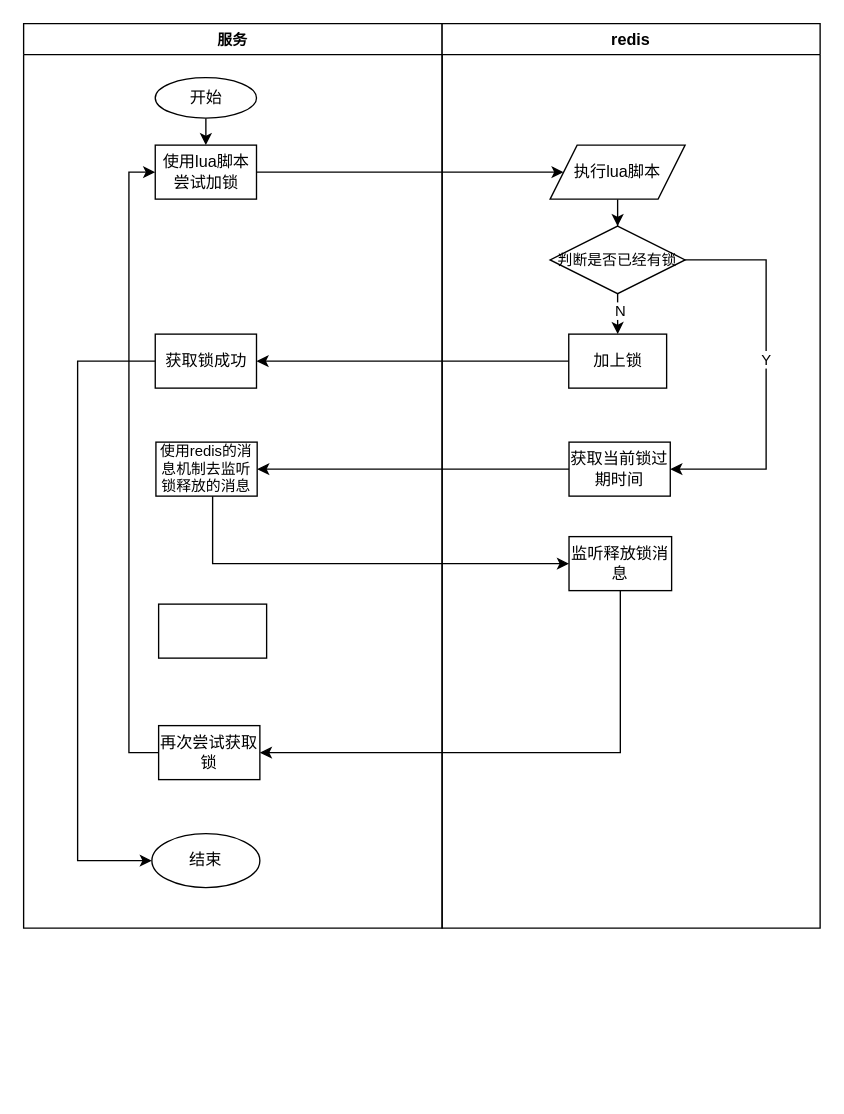
BxcGit/draw keeps this draw.io diagram as draw/分布式锁.drawio. Above is the earlier version. Source tidied: cells renumbered, new cells numbered last; positions are measured from the earlier drawing's top-left corner, leaving out a move shared by most shapes. Both pictures are drawn from the tidied source at 135%, with x=0, y=0 at pixel (23, 23).
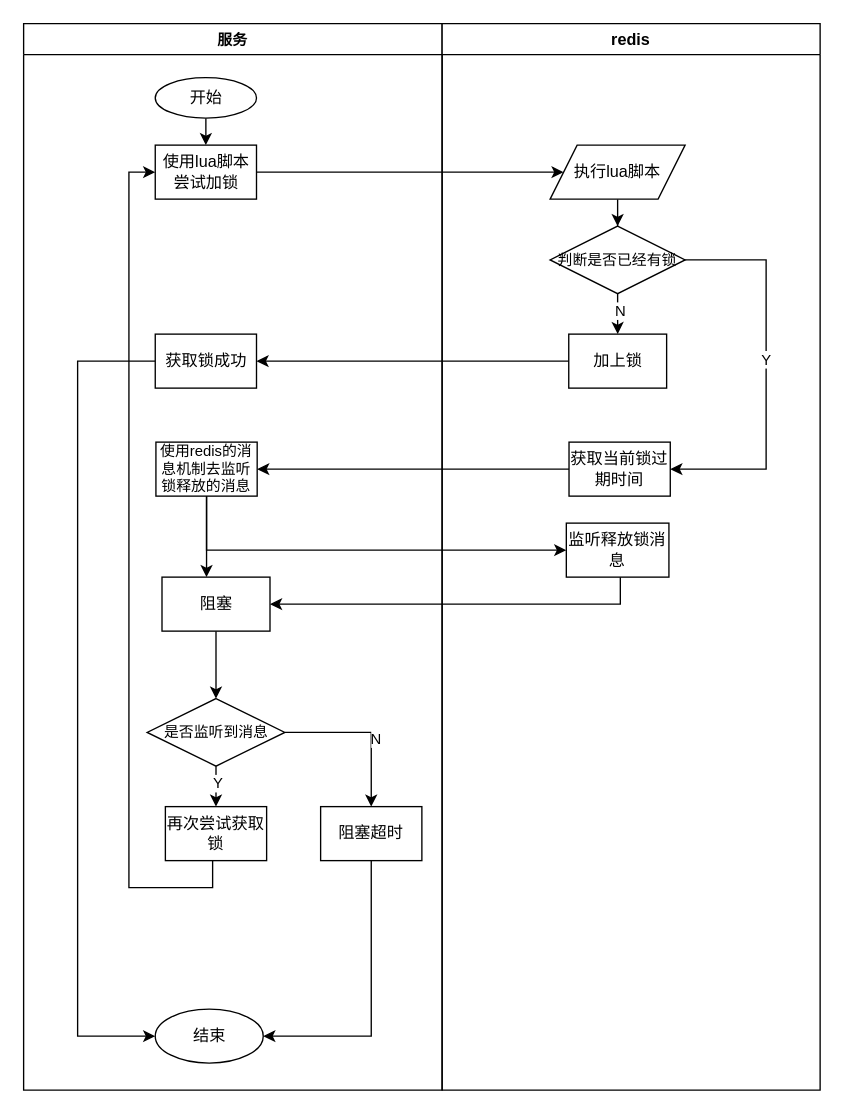
The same page after the edit.

Commit message:
更新普通分布式锁.drawio

The change refers to these unchanged cells:
```xml
<mxCell id="5" value="使用lua脚本尝试加锁" style="rounded=0;whiteSpace=wrap;html=1;align=center;verticalAlign=middle;" parent="2" vertex="1">
  <mxGeometry x="97.5" y="90" width="75" height="40" as="geometry" />
</mxCell>
<mxCell id="7" value="获取锁成功" style="rounded=0;whiteSpace=wrap;html=1;align=center;verticalAlign=middle;" parent="2" vertex="1">
  <mxGeometry x="97.5" y="230" width="75" height="40" as="geometry" />
</mxCell>
<mxCell id="9" value="使用redis的消息机制去监听锁释放的消息" style="rounded=0;whiteSpace=wrap;html=1;align=center;verticalAlign=middle;fontSize=11;" parent="2" vertex="1">
  <mxGeometry x="98" y="310" width="75" height="40" as="geometry" />
</mxCell>
```

Diff of the diagram source:
```diff
@@
     <mxCell id="2" value="服务" style="swimlane;whiteSpace=wrap;html=1;fontSize=11;" parent="1" vertex="1">
-      <mxGeometry width="310" height="670" as="geometry" />
+      <mxGeometry width="310" height="790" as="geometry" />
     </mxCell>
@@
     <mxCell id="6" style="edgeStyle=orthogonalEdgeStyle;rounded=0;jettySize=auto;html=1;entryX=0;entryY=0.5;entryDx=0;entryDy=0;" parent="2" edge="1" source="7" target="8">
       <mxGeometry relative="1" as="geometry">
         <Array as="points">
           <mxPoint x="40" y="250" />
-          <mxPoint x="40" y="620" />
+          <mxPoint x="40" y="750" />
         </Array>
       </mxGeometry>
     </mxCell>
@@
     <mxCell id="8" value="结束" style="ellipse;whiteSpace=wrap;html=1;" parent="2" vertex="1">
-      <mxGeometry x="95" y="600" width="80" height="40" as="geometry" />
+      <mxGeometry x="97.5" y="730" width="80" height="40" as="geometry" />
     </mxCell>
+    <mxCell id="29" style="edgeStyle=orthogonalEdgeStyle;rounded=0;jettySize=auto;html=1;" parent="2" edge="1" source="9" target="12">
+      <mxGeometry relative="1" as="geometry">
+        <Array as="points">
+          <mxPoint x="136" y="390" />
+          <mxPoint x="136" y="390" />
+        </Array>
+      </mxGeometry>
+    </mxCell>
@@
     <mxCell id="10" style="edgeStyle=orthogonalEdgeStyle;rounded=0;jettySize=auto;html=1;entryX=0;entryY=0.5;entryDx=0;entryDy=0;" parent="2" edge="1" source="11" target="5">
       <mxGeometry relative="1" as="geometry">
         <Array as="points">
-          <mxPoint x="78" y="540" />
+          <mxPoint x="140" y="640" />
+          <mxPoint x="78" y="640" />
           <mxPoint x="78" y="110" />
         </Array>
       </mxGeometry>
     </mxCell>
     <mxCell id="11" value="再次尝试获取锁" style="rounded=0;whiteSpace=wrap;html=1;align=center;verticalAlign=middle;" parent="2" vertex="1">
-      <mxGeometry x="100" y="520" width="75" height="40" as="geometry" />
+      <mxGeometry x="105" y="580" width="75" height="40" as="geometry" />
     </mxCell>
+    <mxCell id="30" style="edgeStyle=orthogonalEdgeStyle;rounded=0;jettySize=auto;html=1;" parent="2" edge="1" source="12" target="35">
+      <mxGeometry relative="1" as="geometry" />
+    </mxCell>
-    <mxCell id="12" style="rounded=0;whiteSpace=wrap;html=1;" parent="2" vertex="1">
-      <mxGeometry x="100" y="430" width="80" height="40" as="geometry" />
+    <mxCell id="12" value="阻塞" style="rounded=0;whiteSpace=wrap;html=1;" parent="2" vertex="1">
+      <mxGeometry x="102.5" y="410" width="80" height="40" as="geometry" />
     </mxCell>
+    <mxCell id="27" style="edgeStyle=orthogonalEdgeStyle;rounded=0;jettySize=auto;html=1;entryX=0;entryY=0.5;entryDx=0;entryDy=0;" parent="2" edge="1" source="9" target="23">
+      <mxGeometry relative="1" as="geometry">
+        <Array as="points">
+          <mxPoint x="136" y="390" />
+        </Array>
+      </mxGeometry>
+    </mxCell>
+    <mxCell id="31" style="edgeStyle=orthogonalEdgeStyle;rounded=0;jettySize=auto;html=1;" parent="2" edge="1" source="35" target="11">
+      <mxGeometry relative="1" as="geometry">
+        <Array as="points">
+          <mxPoint x="140" y="580" />
+          <mxPoint x="140" y="580" />
+        </Array>
+      </mxGeometry>
+    </mxCell>
+    <mxCell id="32" value="Y" style="edgeLabel;html=1;align=center;verticalAlign=middle;" parent="31" vertex="1">
+      <mxGeometry x="-0.19" y="1" relative="1" as="geometry" />
+    </mxCell>
+    <mxCell id="33" style="edgeStyle=orthogonalEdgeStyle;rounded=0;jettySize=auto;html=1;" parent="2" edge="1" source="35" target="37">
+      <mxGeometry relative="1" as="geometry" />
+    </mxCell>
+    <mxCell id="34" value="N&lt;br&gt;" style="edgeLabel;html=1;align=center;verticalAlign=middle;" parent="33" vertex="1">
+      <mxGeometry x="0.25" y="3" relative="1" as="geometry">
+        <mxPoint y="-6" as="offset" />
+      </mxGeometry>
+    </mxCell>
+    <mxCell id="35" value="是否监听到消息" style="rhombus;whiteSpace=wrap;html=1;fontSize=11;" parent="2" vertex="1">
+      <mxGeometry x="91.5" y="500" width="102" height="50" as="geometry" />
+    </mxCell>
+    <mxCell id="36" style="edgeStyle=orthogonalEdgeStyle;rounded=0;jettySize=auto;html=1;entryX=1;entryY=0.5;entryDx=0;entryDy=0;" parent="2" edge="1" source="37" target="8">
+      <mxGeometry relative="1" as="geometry">
+        <Array as="points">
+          <mxPoint x="258" y="750" />
+        </Array>
+      </mxGeometry>
+    </mxCell>
+    <mxCell id="37" value="阻塞超时" style="rounded=0;whiteSpace=wrap;html=1;align=center;verticalAlign=middle;" parent="2" vertex="1">
+      <mxGeometry x="220" y="580" width="75" height="40" as="geometry" />
+    </mxCell>
     <mxCell id="13" value="redis" style="swimlane;whiteSpace=wrap;html=1;" parent="1" vertex="1">
-      <mxGeometry x="310" width="280" height="670" as="geometry" />
+      <mxGeometry x="310" width="280" height="790" as="geometry" />
     </mxCell>
@@
     <mxCell id="23" value="监听释放锁消息" style="rounded=0;whiteSpace=wrap;html=1;align=center;verticalAlign=middle;" parent="13" vertex="1">
-      <mxGeometry x="94" y="380" width="76" height="40" as="geometry" />
+      <mxGeometry x="92" y="370" width="76" height="40" as="geometry" />
     </mxCell>
@@
-    <mxCell id="27" style="edgeStyle=orthogonalEdgeStyle;rounded=0;jettySize=auto;html=1;entryX=0;entryY=0.5;entryDx=0;entryDy=0;" parent="1" edge="1" source="9" target="23">
-      <mxGeometry relative="1" as="geometry">
-        <Array as="points">
-          <mxPoint x="140" y="400" />
-        </Array>
-      </mxGeometry>
-    </mxCell>
-    <mxCell id="28" style="edgeStyle=orthogonalEdgeStyle;rounded=0;jettySize=auto;html=1;entryX=1;entryY=0.5;entryDx=0;entryDy=0;" parent="1" edge="1" source="23" target="11">
+    <mxCell id="28" style="edgeStyle=orthogonalEdgeStyle;rounded=0;jettySize=auto;html=1;entryX=1;entryY=0.5;entryDx=0;entryDy=0;" parent="1" edge="1" source="23" target="12">
       <mxGeometry relative="1" as="geometry">
         <Array as="points">
-          <mxPoint x="442" y="540" />
+          <mxPoint x="442" y="430" />
         </Array>
       </mxGeometry>
     </mxCell>
```
